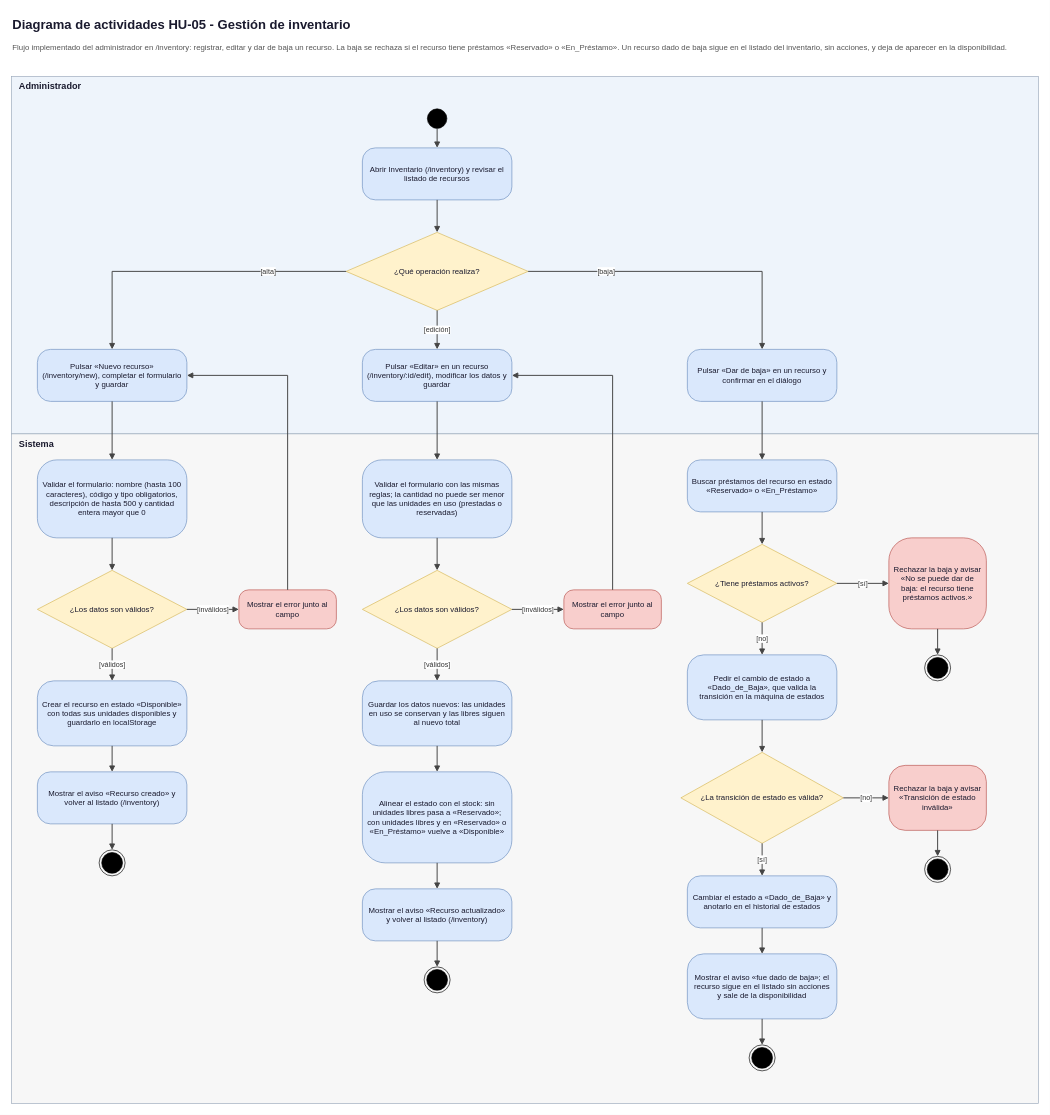
The draw.io diagram docs/diagramas/actividad-hu-05-gestion-inventario.drawio in aleospiria/Dise-o-de-sistemas-de-informacion-2026-02, before the edit. Source tidied: cells renumbered, new cells numbered last; positions are measured from the earlier drawing's top-left corner, leaving out a move shared by most shapes. Both pictures are drawn from the tidied source at 65%, with x=0, y=0 at pixel (11, 11).
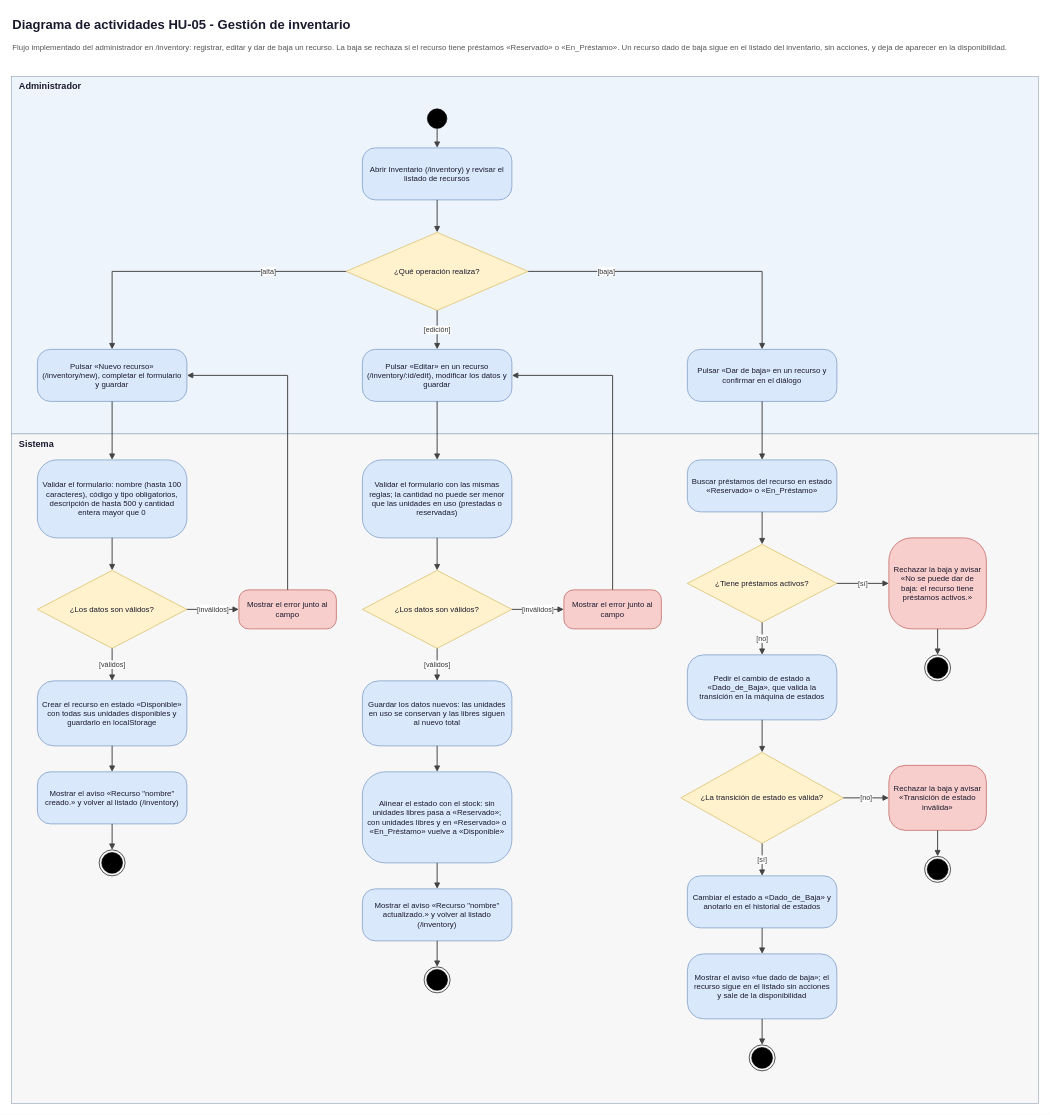
After the change.

What changed in the source:
```diff
@@
-    <mxCell id="16" value="Mostrar el aviso «Recurso creado» y volver al listado (/inventory)" style="rounded=1;arcSize=25;whiteSpace=wrap;html=1;spacingLeft=6;spacingRight=6;fontSize=12;fillColor=#dae8fc;strokeColor=#6c8ebf;fontColor=#1a1a2e;" parent="1" vertex="1">
+    <mxCell id="16" value="Mostrar el aviso «Recurso &quot;nombre&quot; creado.» y volver al listado (/inventory)" style="rounded=1;arcSize=25;whiteSpace=wrap;html=1;spacingLeft=6;spacingRight=6;fontSize=12;fillColor=#dae8fc;strokeColor=#6c8ebf;fontColor=#1a1a2e;" parent="1" vertex="1">
       <mxGeometry x="40" y="1170" width="230" height="80" as="geometry" />
     </mxCell>
@@
-    <mxCell id="23" value="Mostrar el aviso «Recurso actualizado» y volver al listado (/inventory)" style="rounded=1;arcSize=25;whiteSpace=wrap;html=1;spacingLeft=6;spacingRight=6;fontSize=12;fillColor=#dae8fc;strokeColor=#6c8ebf;fontColor=#1a1a2e;" parent="1" vertex="1">
+    <mxCell id="23" value="Mostrar el aviso «Recurso &quot;nombre&quot; actualizado.» y volver al listado (/inventory)" style="rounded=1;arcSize=25;whiteSpace=wrap;html=1;spacingLeft=6;spacingRight=6;fontSize=12;fillColor=#dae8fc;strokeColor=#6c8ebf;fontColor=#1a1a2e;" parent="1" vertex="1">
       <mxGeometry x="540" y="1350" width="230" height="80" as="geometry" />
     </mxCell>
```
